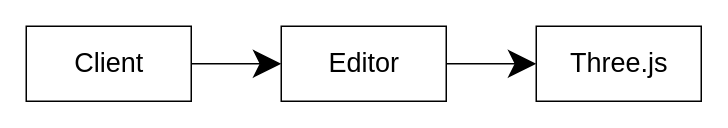
The draw.io diagram packages/依赖隔离模式/story_before/UML.drawio in yyc-git/3DProgramPattern, before the edit. Source tidied: cells renumbered, new cells numbered last; positions are measured from the earlier drawing's top-left corner, leaving out a move shared by most shapes. Both pictures are drawn from the tidied source at 150%, with x=0, y=0 at pixel (26, 26).
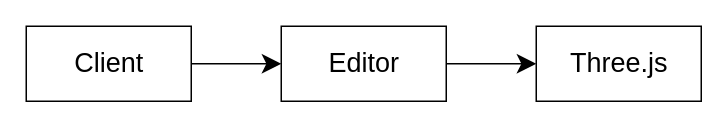
After the change.

The edit, as a diff of the source:
```diff
@@
 <mxGraphModel>
   <root>
     <mxCell id="0" />
     <mxCell id="1" parent="0" />
-    <mxCell id="2" style="edgeStyle=orthogonalEdgeStyle;rounded=0;jettySize=auto;html=1;entryX=0;entryY=0.5;entryDx=0;entryDy=0;endSize=16;startSize=16;" parent="1" edge="1" source="3" target="4">
+    <mxCell id="2" style="edgeStyle=orthogonalEdgeStyle;rounded=0;jettySize=auto;html=1;entryX=0;entryY=0.5;entryDx=0;entryDy=0;endSize=10;startSize=10;" parent="1" edge="1" source="3" target="4">
       <mxGeometry relative="1" as="geometry" />
     </mxCell>
     <mxCell id="3" value="Editor" style="html=1;fontSize=18;" parent="1" vertex="1">
       <mxGeometry x="170" width="110" height="50" as="geometry" />
     </mxCell>
     <mxCell id="4" value="Three.js" style="html=1;fontSize=18;" parent="1" vertex="1">
       <mxGeometry x="340" width="110" height="50" as="geometry" />
     </mxCell>
-    <mxCell id="5" style="edgeStyle=orthogonalEdgeStyle;rounded=0;jettySize=auto;html=1;entryX=0;entryY=0.5;entryDx=0;entryDy=0;endSize=16;startSize=16;" parent="1" edge="1" source="6" target="3">
+    <mxCell id="5" style="edgeStyle=orthogonalEdgeStyle;rounded=0;jettySize=auto;html=1;entryX=0;entryY=0.5;entryDx=0;entryDy=0;endSize=10;startSize=10;" parent="1" edge="1" source="6" target="3">
       <mxGeometry relative="1" as="geometry" />
     </mxCell>
     <mxCell id="6" value="Client" style="html=1;fontSize=18;" parent="1" vertex="1">
       <mxGeometry width="110" height="50" as="geometry" />
     </mxCell>
   </root>
 </mxGraphModel>
```
